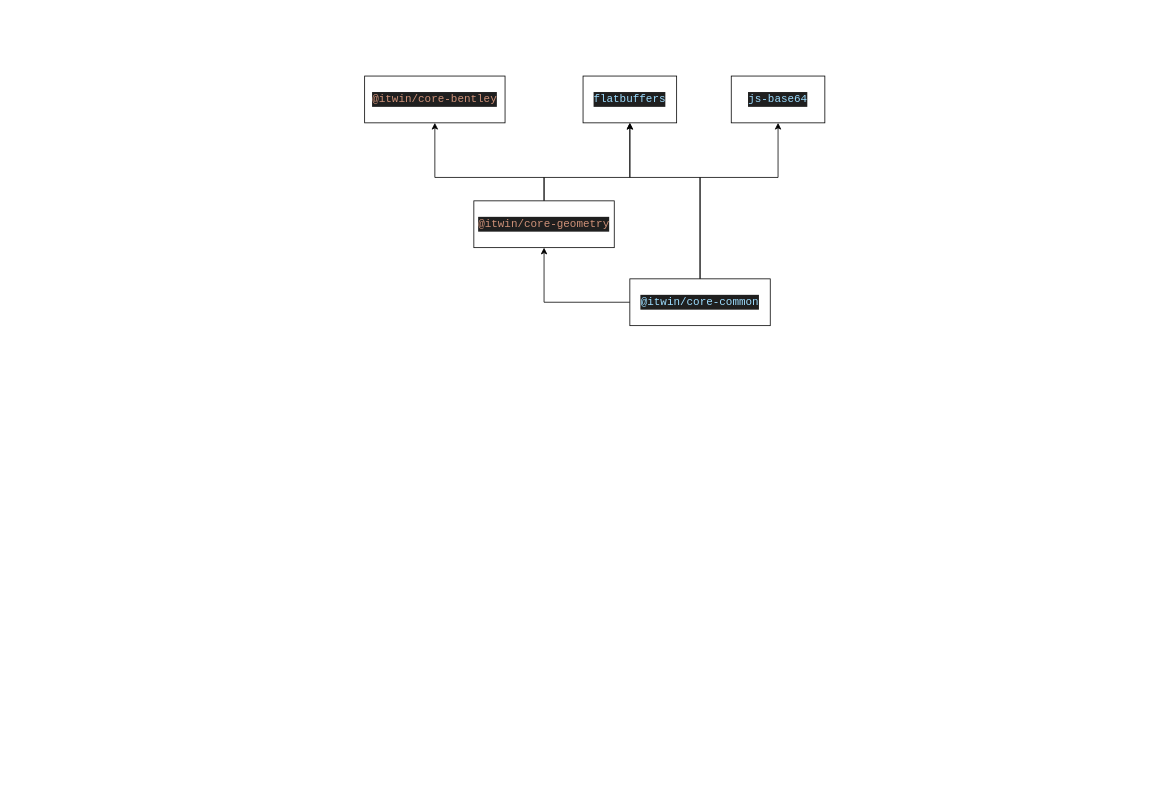
feelapi/diagram keeps this draw.io diagram as page "packages" (2 of 2) of itwinjs.drawio. Above is the earlier version. Source tidied: cells renumbered, new cells numbered last; positions are measured from the earlier drawing's top-left corner, leaving out a move shared by most shapes. Both pictures are drawn from the tidied source at 78%, with x=0, y=0 at pixel (364, 76).
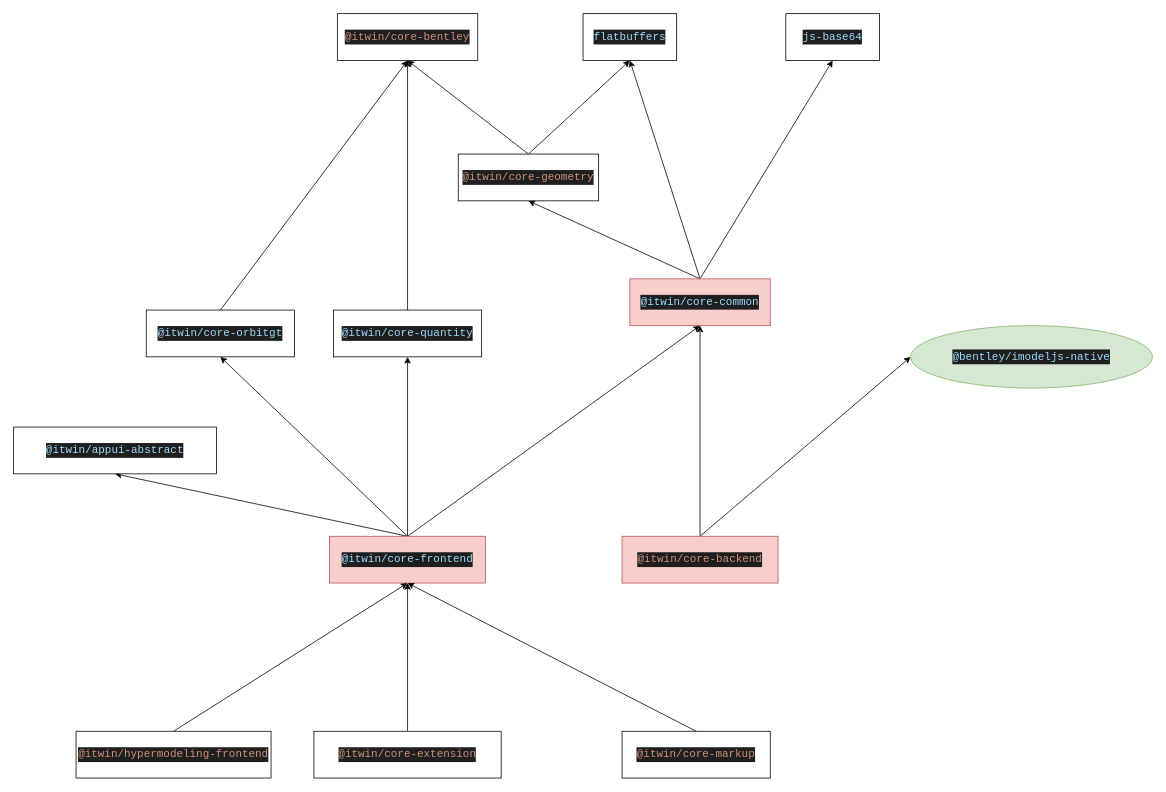
After the change.

Change to the diagram source:
```diff
@@
     <mxCell id="2" value="&lt;div style=&quot;color: rgb(204, 204, 204); background-color: rgb(31, 31, 31); font-family: Consolas, &amp;quot;Courier New&amp;quot;, monospace; font-size: 14px; line-height: 19px; white-space: pre;&quot;&gt;&lt;span style=&quot;color: #ce9178;&quot;&gt;@itwin/core-bentley&lt;/span&gt;&lt;/div&gt;" style="whiteSpace=wrap;html=1;" parent="1" vertex="1">
-      <mxGeometry width="180" height="60" as="geometry" />
+      <mxGeometry x="-35" y="-80" width="180" height="60" as="geometry" />
     </mxCell>
-    <mxCell id="3" style="edgeStyle=orthogonalEdgeStyle;rounded=0;jettySize=auto;html=1;entryX=0.5;entryY=1;entryDx=0;entryDy=0;" parent="1" edge="1" source="6" target="7">
-      <mxGeometry relative="1" as="geometry">
-        <Array as="points">
-          <mxPoint x="430" y="130" />
-          <mxPoint x="340" y="130" />
-        </Array>
-      </mxGeometry>
+    <mxCell id="3" style="rounded=0;jettySize=auto;html=1;entryX=0.5;entryY=1;entryDx=0;entryDy=0;exitX=0.5;exitY=0;exitDx=0;exitDy=0;" parent="1" edge="1" source="6" target="7">
+      <mxGeometry relative="1" as="geometry" />
     </mxCell>
-    <mxCell id="4" style="edgeStyle=orthogonalEdgeStyle;rounded=0;jettySize=auto;html=1;entryX=0.5;entryY=1;entryDx=0;entryDy=0;" parent="1" edge="1" source="6" target="8">
-      <mxGeometry relative="1" as="geometry">
-        <Array as="points">
-          <mxPoint x="430" y="130" />
-          <mxPoint x="530" y="130" />
-        </Array>
-      </mxGeometry>
+    <mxCell id="4" style="rounded=0;jettySize=auto;html=1;entryX=0.5;entryY=1;entryDx=0;entryDy=0;exitX=0.5;exitY=0;exitDx=0;exitDy=0;" parent="1" edge="1" source="6" target="8">
+      <mxGeometry relative="1" as="geometry" />
     </mxCell>
-    <mxCell id="5" style="edgeStyle=orthogonalEdgeStyle;rounded=0;jettySize=auto;html=1;entryX=0.5;entryY=1;entryDx=0;entryDy=0;" parent="1" edge="1" source="6" target="11">
+    <mxCell id="5" style="rounded=0;jettySize=auto;html=1;entryX=0.5;entryY=1;entryDx=0;entryDy=0;exitX=0.5;exitY=0;exitDx=0;exitDy=0;" parent="1" edge="1" source="6" target="11">
       <mxGeometry relative="1" as="geometry" />
     </mxCell>
-    <mxCell id="6" value="&lt;div style=&quot;color: rgb(204, 204, 204); background-color: rgb(31, 31, 31); font-family: Consolas, &amp;quot;Courier New&amp;quot;, monospace; font-size: 14px; line-height: 19px; white-space: pre;&quot;&gt;&lt;span style=&quot;color: #9cdcfe;&quot;&gt;@itwin/core-common&lt;/span&gt;&lt;/div&gt;" style="whiteSpace=wrap;html=1;" parent="1" vertex="1">
+    <mxCell id="6" value="&lt;div style=&quot;color: rgb(204, 204, 204); background-color: rgb(31, 31, 31); font-family: Consolas, &amp;quot;Courier New&amp;quot;, monospace; font-size: 14px; line-height: 19px; white-space: pre;&quot;&gt;&lt;span style=&quot;color: #9cdcfe;&quot;&gt;@itwin/core-common&lt;/span&gt;&lt;/div&gt;" style="whiteSpace=wrap;html=1;fillColor=#f8cecc;strokeColor=#b85450;" parent="1" vertex="1">
       <mxGeometry x="340" y="260" width="180" height="60" as="geometry" />
     </mxCell>
     <mxCell id="7" value="&lt;div style=&quot;color: rgb(204, 204, 204); background-color: rgb(31, 31, 31); font-family: Consolas, &amp;quot;Courier New&amp;quot;, monospace; font-size: 14px; line-height: 19px; white-space: pre;&quot;&gt;&lt;span style=&quot;color: #9cdcfe;&quot;&gt;flatbuffers&lt;/span&gt;&lt;/div&gt;" style="whiteSpace=wrap;html=1;" parent="1" vertex="1">
-      <mxGeometry x="280" width="120" height="60" as="geometry" />
+      <mxGeometry x="280" y="-80" width="120" height="60" as="geometry" />
     </mxCell>
     <mxCell id="8" value="&lt;div style=&quot;color: rgb(204, 204, 204); background-color: rgb(31, 31, 31); font-family: Consolas, &amp;quot;Courier New&amp;quot;, monospace; font-size: 14px; line-height: 19px; white-space: pre;&quot;&gt;&lt;span style=&quot;color: #9cdcfe;&quot;&gt;js-base64&lt;/span&gt;&lt;/div&gt;" style="whiteSpace=wrap;html=1;" parent="1" vertex="1">
-      <mxGeometry x="470" width="120" height="60" as="geometry" />
+      <mxGeometry x="540" y="-80" width="120" height="60" as="geometry" />
     </mxCell>
-    <mxCell id="9" style="edgeStyle=orthogonalEdgeStyle;rounded=0;jettySize=auto;html=1;entryX=0.5;entryY=1;entryDx=0;entryDy=0;" parent="1" edge="1" source="11" target="2">
-      <mxGeometry relative="1" as="geometry">
-        <Array as="points">
-          <mxPoint x="230" y="130" />
-          <mxPoint x="90" y="130" />
-        </Array>
-      </mxGeometry>
+    <mxCell id="9" style="rounded=0;jettySize=auto;html=1;entryX=0.5;entryY=1;entryDx=0;entryDy=0;exitX=0.5;exitY=0;exitDx=0;exitDy=0;" parent="1" edge="1" source="11" target="2">
+      <mxGeometry relative="1" as="geometry" />
     </mxCell>
-    <mxCell id="10" style="edgeStyle=orthogonalEdgeStyle;rounded=0;jettySize=auto;html=1;entryX=0.5;entryY=1;entryDx=0;entryDy=0;" parent="1" edge="1" source="11" target="7">
-      <mxGeometry relative="1" as="geometry">
-        <Array as="points">
-          <mxPoint x="230" y="130" />
-          <mxPoint x="340" y="130" />
-        </Array>
-      </mxGeometry>
+    <mxCell id="10" style="rounded=0;jettySize=auto;html=1;entryX=0.5;entryY=1;entryDx=0;entryDy=0;exitX=0.5;exitY=0;exitDx=0;exitDy=0;" parent="1" edge="1" source="11" target="7">
+      <mxGeometry relative="1" as="geometry" />
     </mxCell>
     <mxCell id="11" value="&lt;div style=&quot;color: rgb(204, 204, 204); background-color: rgb(31, 31, 31); font-family: Consolas, &amp;quot;Courier New&amp;quot;, monospace; font-size: 14px; line-height: 19px; white-space: pre;&quot;&gt;&lt;span style=&quot;color: #ce9178;&quot;&gt;@itwin/core-geometry&lt;/span&gt;&lt;/div&gt;" style="whiteSpace=wrap;html=1;" parent="1" vertex="1">
-      <mxGeometry x="140" y="160" width="180" height="60" as="geometry" />
+      <mxGeometry x="120" y="100" width="180" height="60" as="geometry" />
     </mxCell>
+    <mxCell id="12" style="edgeStyle=orthogonalEdgeStyle;rounded=0;jettySize=auto;html=1;entryX=0.5;entryY=1;entryDx=0;entryDy=0;" parent="1" edge="1" source="14" target="6">
+      <mxGeometry relative="1" as="geometry" />
+    </mxCell>
+    <mxCell id="13" style="rounded=0;jettySize=auto;html=1;entryX=0;entryY=0.5;entryDx=0;entryDy=0;exitX=0.5;exitY=0;exitDx=0;exitDy=0;" parent="1" edge="1" source="14" target="31">
+      <mxGeometry relative="1" as="geometry" />
+    </mxCell>
+    <mxCell id="14" value="&lt;div style=&quot;color: rgb(204, 204, 204); background-color: rgb(31, 31, 31); font-family: Consolas, &amp;quot;Courier New&amp;quot;, monospace; font-size: 14px; line-height: 19px; white-space: pre;&quot;&gt;&lt;span style=&quot;color: #ce9178;&quot;&gt;@itwin/core-backend&lt;/span&gt;&lt;/div&gt;" style="whiteSpace=wrap;html=1;fillColor=#f8cecc;strokeColor=#b85450;" parent="1" vertex="1">
+      <mxGeometry x="330" y="590" width="200" height="60" as="geometry" />
+    </mxCell>
+    <mxCell id="15" style="rounded=0;jettySize=auto;html=1;entryX=0.5;entryY=1;entryDx=0;entryDy=0;exitX=0.5;exitY=0;exitDx=0;exitDy=0;" parent="1" edge="1" source="19" target="22">
+      <mxGeometry relative="1" as="geometry" />
+    </mxCell>
+    <mxCell id="16" style="rounded=0;jettySize=auto;html=1;entryX=0.5;entryY=1;entryDx=0;entryDy=0;exitX=0.5;exitY=0;exitDx=0;exitDy=0;" parent="1" edge="1" source="19" target="6">
+      <mxGeometry relative="1" as="geometry" />
+    </mxCell>
+    <mxCell id="17" style="rounded=0;jettySize=auto;html=1;exitX=0.5;exitY=0;exitDx=0;exitDy=0;entryX=0.5;entryY=1;entryDx=0;entryDy=0;" parent="1" edge="1" source="19" target="24">
+      <mxGeometry relative="1" as="geometry" />
+    </mxCell>
+    <mxCell id="18" style="rounded=0;jettySize=auto;html=1;entryX=0.5;entryY=1;entryDx=0;entryDy=0;" parent="1" edge="1" source="19" target="26">
+      <mxGeometry relative="1" as="geometry" />
+    </mxCell>
+    <mxCell id="19" value="&lt;div style=&quot;color: rgb(204, 204, 204); background-color: rgb(31, 31, 31); font-family: Consolas, &amp;quot;Courier New&amp;quot;, monospace; font-size: 14px; line-height: 19px; white-space: pre;&quot;&gt;&lt;span style=&quot;color: #9cdcfe;&quot;&gt;@itwin/core-frontend&lt;/span&gt;&lt;/div&gt;" style="whiteSpace=wrap;html=1;fillColor=#f8cecc;strokeColor=#b85450;" parent="1" vertex="1">
+      <mxGeometry x="-45" y="590" width="200" height="60" as="geometry" />
+    </mxCell>
+    <mxCell id="20" style="rounded=0;jettySize=auto;html=1;entryX=0.5;entryY=1;entryDx=0;entryDy=0;" parent="1" edge="1" source="21" target="19">
+      <mxGeometry relative="1" as="geometry" />
+    </mxCell>
+    <mxCell id="21" value="&lt;div style=&quot;color: rgb(204, 204, 204); background-color: rgb(31, 31, 31); font-family: Consolas, &amp;quot;Courier New&amp;quot;, monospace; font-size: 14px; line-height: 19px; white-space: pre;&quot;&gt;&lt;span style=&quot;color: #ce9178;&quot;&gt;@itwin/core-extension&lt;/span&gt;&lt;/div&gt;" style="whiteSpace=wrap;html=1;" parent="1" vertex="1">
+      <mxGeometry x="-65" y="840" width="240" height="60" as="geometry" />
+    </mxCell>
+    <mxCell id="22" value="&lt;div style=&quot;color: rgb(204, 204, 204); background-color: rgb(31, 31, 31); font-family: Consolas, &amp;quot;Courier New&amp;quot;, monospace; font-size: 14px; line-height: 19px; white-space: pre;&quot;&gt;&lt;span style=&quot;color: #9cdcfe;&quot;&gt;@itwin/appui-abstract&lt;/span&gt;&lt;/div&gt;" style="whiteSpace=wrap;html=1;" parent="1" vertex="1">
+      <mxGeometry x="-450" y="450" width="260" height="60" as="geometry" />
+    </mxCell>
+    <mxCell id="23" style="rounded=0;jettySize=auto;html=1;entryX=0.5;entryY=1;entryDx=0;entryDy=0;exitX=0.5;exitY=0;exitDx=0;exitDy=0;" parent="1" edge="1" source="24" target="2">
+      <mxGeometry relative="1" as="geometry" />
+    </mxCell>
+    <mxCell id="24" value="&lt;div style=&quot;color: rgb(204, 204, 204); background-color: rgb(31, 31, 31); font-family: Consolas, &amp;quot;Courier New&amp;quot;, monospace; font-size: 14px; line-height: 19px; white-space: pre;&quot;&gt;&lt;span style=&quot;color: #9cdcfe;&quot;&gt;@itwin/core-orbitgt&lt;/span&gt;&lt;/div&gt;" style="whiteSpace=wrap;html=1;" parent="1" vertex="1">
+      <mxGeometry x="-280" y="300" width="190" height="60" as="geometry" />
+    </mxCell>
+    <mxCell id="25" style="rounded=0;jettySize=auto;html=1;entryX=0.5;entryY=1;entryDx=0;entryDy=0;exitX=0.5;exitY=0;exitDx=0;exitDy=0;" parent="1" edge="1" source="26" target="2">
+      <mxGeometry relative="1" as="geometry" />
+    </mxCell>
+    <mxCell id="26" value="&lt;div style=&quot;color: rgb(204, 204, 204); background-color: rgb(31, 31, 31); font-family: Consolas, &amp;quot;Courier New&amp;quot;, monospace; font-size: 14px; line-height: 19px; white-space: pre;&quot;&gt;&lt;span style=&quot;color: #9cdcfe;&quot;&gt;@itwin/core-quantity&lt;/span&gt;&lt;/div&gt;" style="whiteSpace=wrap;html=1;" parent="1" vertex="1">
+      <mxGeometry x="-40" y="300" width="190" height="60" as="geometry" />
+    </mxCell>
+    <mxCell id="27" style="rounded=0;jettySize=auto;html=1;entryX=0.5;entryY=1;entryDx=0;entryDy=0;exitX=0.5;exitY=0;exitDx=0;exitDy=0;" parent="1" edge="1" source="28" target="19">
+      <mxGeometry relative="1" as="geometry" />
+    </mxCell>
+    <mxCell id="28" value="&lt;div style=&quot;color: rgb(204, 204, 204); background-color: rgb(31, 31, 31); font-family: Consolas, &amp;quot;Courier New&amp;quot;, monospace; font-size: 14px; line-height: 19px; white-space: pre;&quot;&gt;&lt;span style=&quot;color: #ce9178;&quot;&gt;@itwin/hypermodeling-frontend&lt;/span&gt;&lt;/div&gt;" style="whiteSpace=wrap;html=1;" parent="1" vertex="1">
+      <mxGeometry x="-370" y="840" width="250" height="60" as="geometry" />
+    </mxCell>
+    <mxCell id="29" style="rounded=0;jettySize=auto;html=1;exitX=0.5;exitY=0;exitDx=0;exitDy=0;entryX=0.5;entryY=1;entryDx=0;entryDy=0;" parent="1" edge="1" source="30" target="19">
+      <mxGeometry relative="1" as="geometry" />
+    </mxCell>
+    <mxCell id="30" value="&lt;div style=&quot;color: rgb(204, 204, 204); background-color: rgb(31, 31, 31); font-family: Consolas, &amp;quot;Courier New&amp;quot;, monospace; font-size: 14px; line-height: 19px; white-space: pre;&quot;&gt;&lt;span style=&quot;color: #ce9178;&quot;&gt;@itwin/core-markup&lt;/span&gt;&lt;/div&gt;" style="whiteSpace=wrap;html=1;" parent="1" vertex="1">
+      <mxGeometry x="330" y="840" width="190" height="60" as="geometry" />
+    </mxCell>
+    <mxCell id="31" value="&lt;div style=&quot;color: rgb(204, 204, 204); background-color: rgb(31, 31, 31); font-family: Consolas, &amp;quot;Courier New&amp;quot;, monospace; font-size: 14px; line-height: 19px; white-space: pre;&quot;&gt;&lt;span style=&quot;color: #9cdcfe;&quot;&gt;@bentley/imodeljs-native&lt;/span&gt;&lt;/div&gt;" style="ellipse;whiteSpace=wrap;html=1;fillColor=#d5e8d4;strokeColor=#82b366;" parent="1" vertex="1">
+      <mxGeometry x="700" y="320" width="310" height="80" as="geometry" />
+    </mxCell>
```
